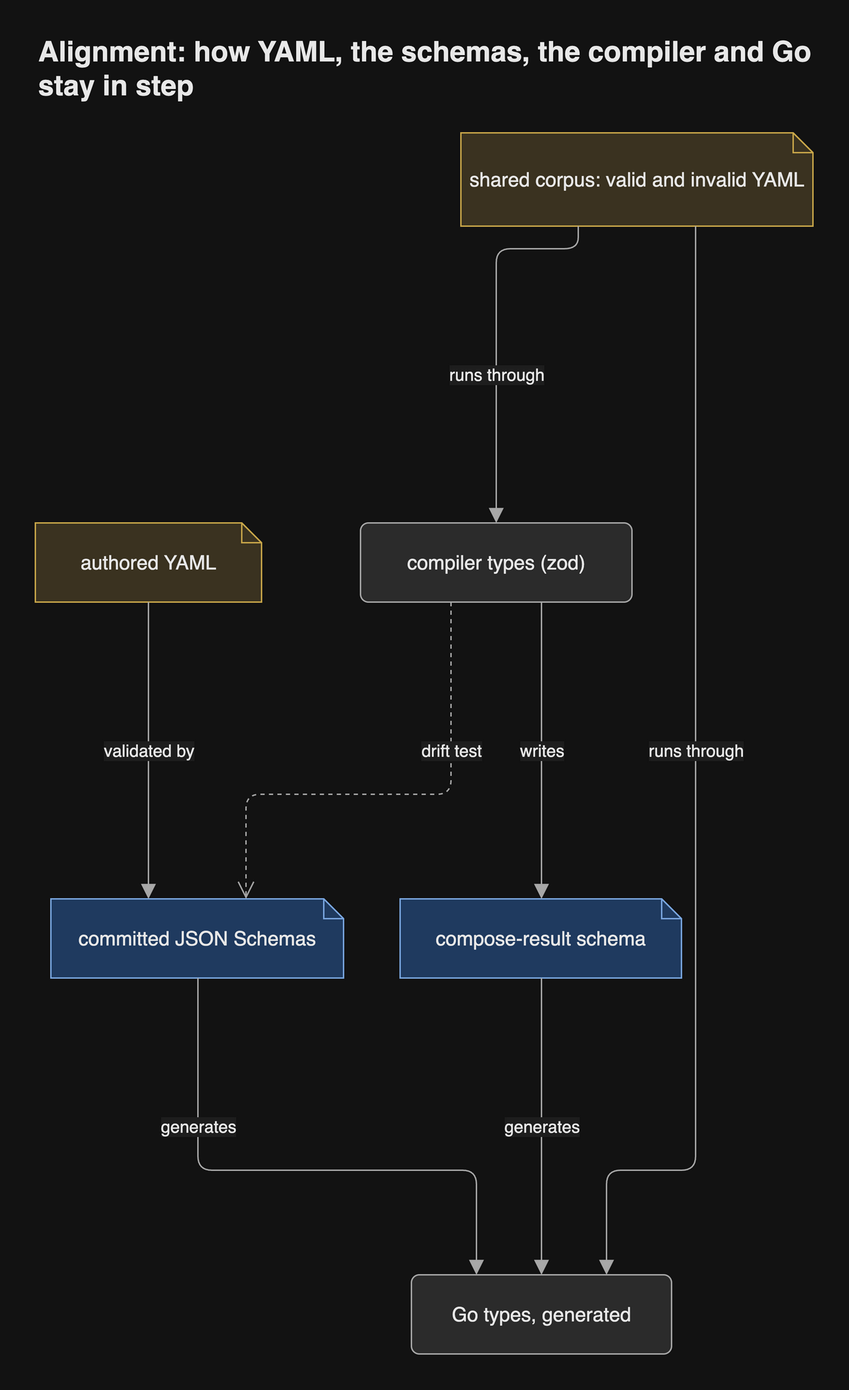
Before: docs/diagrams/png/alignment.png, a diagram exported from draw.io (JorisJonkers-dev/estate-kit). Source tidied: cells renumbered, new cells last; positions are measured from the earlier drawing's top-left corner, leaving out a move shared by most shapes.
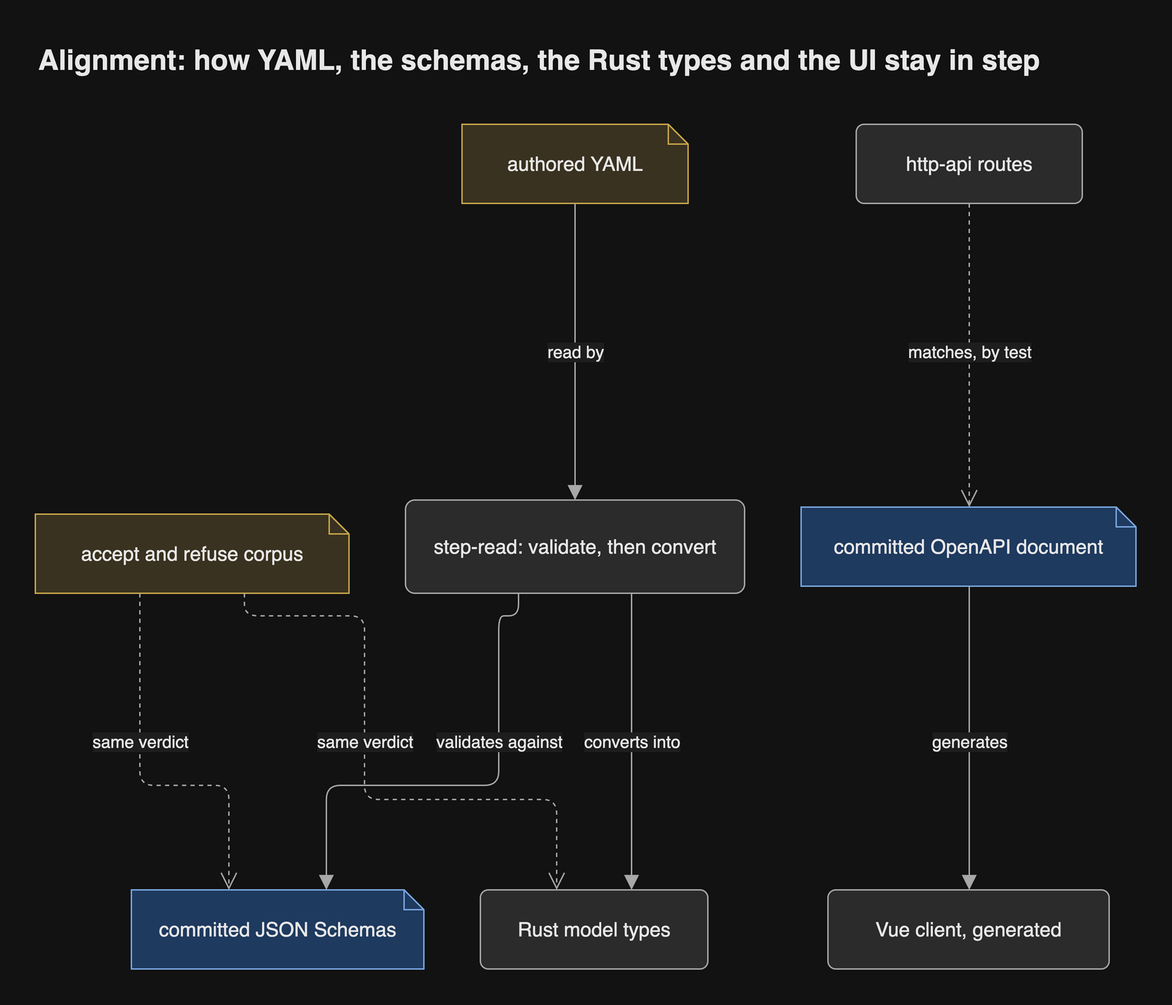
Above is the later version.

What changed in the source:
```diff
@@ -3,83 +3,92 @@
     <mxCell id="0" />
     <mxCell id="1" parent="0" />
     <mxCell id="2" value="authored YAML" style="shape=note;size=14;html=1;whiteSpace=wrap;fontSize=14;fontColor=light-dark(#1a1a1a,#e8e8e8);fillColor=light-dark(#fff2cc,#3a3220);strokeColor=light-dark(#d6b656,#c9a74a);fontFamily=Helvetica;" parent="1" vertex="1">
-      <mxGeometry y="340" width="160" height="56" as="geometry" />
+      <mxGeometry x="302" y="64" width="160" height="56" as="geometry" />
     </mxCell>
     <mxCell id="3" value="committed JSON Schemas" style="shape=note;size=14;html=1;whiteSpace=wrap;fontSize=14;fontColor=light-dark(#1a1a1a,#e8e8e8);fillColor=light-dark(#dae8fc,#1f3a5f);strokeColor=light-dark(#6c8ebf,#7aa7e0);fontFamily=Helvetica;" parent="1" vertex="1">
-      <mxGeometry x="11" y="606" width="207" height="56" as="geometry" />
+      <mxGeometry x="68" y="606" width="207" height="56" as="geometry" />
     </mxCell>
-    <mxCell id="4" value="compiler types (zod)" style="rounded=1;arcSize=10;html=1;whiteSpace=wrap;fontSize=14;fontColor=light-dark(#1a1a1a,#e8e8e8);fillColor=light-dark(#f5f5f5,#2b2b2b);strokeColor=light-dark(#666666,#a8a8a8);fontFamily=Helvetica;" parent="1" vertex="1">
-      <mxGeometry x="230" y="340" width="192" height="56" as="geometry" />
-    </mxCell>
-    <mxCell id="5" value="Go types, generated" style="rounded=1;arcSize=10;html=1;whiteSpace=wrap;fontSize=14;fontColor=light-dark(#1a1a1a,#e8e8e8);fillColor=light-dark(#f5f5f5,#2b2b2b);strokeColor=light-dark(#666666,#a8a8a8);fontFamily=Helvetica;" parent="1" vertex="1">
-      <mxGeometry x="266" y="872" width="184" height="56" as="geometry" />
-    </mxCell>
-    <mxCell id="6" value="shared corpus: valid and invalid YAML" style="shape=note;size=14;html=1;whiteSpace=wrap;fontSize=14;fontColor=light-dark(#1a1a1a,#e8e8e8);fillColor=light-dark(#fff2cc,#3a3220);strokeColor=light-dark(#d6b656,#c9a74a);fontFamily=Helvetica;" parent="1" vertex="1">
-      <mxGeometry x="301" y="64" width="249" height="66" as="geometry" />
+    <mxCell id="6" value="accept and refuse corpus" style="shape=note;size=14;html=1;whiteSpace=wrap;fontSize=14;fontColor=light-dark(#1a1a1a,#e8e8e8);fillColor=light-dark(#fff2cc,#3a3220);strokeColor=light-dark(#d6b656,#c9a74a);fontFamily=Helvetica;" parent="1" vertex="1">
+      <mxGeometry y="340" width="222" height="56" as="geometry" />
     </mxCell>
-    <mxCell id="7" value="compose-result schema" style="shape=note;size=14;html=1;whiteSpace=wrap;fontSize=14;fontColor=light-dark(#1a1a1a,#e8e8e8);fillColor=light-dark(#dae8fc,#1f3a5f);strokeColor=light-dark(#6c8ebf,#7aa7e0);fontFamily=Helvetica;" parent="1" vertex="1">
-      <mxGeometry x="258" y="606" width="199" height="56" as="geometry" />
-    </mxCell>
+    <mxCell id="16" value="step-read: validate, then convert" style="rounded=1;arcSize=10;html=1;whiteSpace=wrap;fontSize=14;fontColor=light-dark(#1a1a1a,#e8e8e8);fillColor=light-dark(#f5f5f5,#2b2b2b);strokeColor=light-dark(#666666,#a8a8a8);fontFamily=Helvetica;" parent="1" vertex="1">
+      <mxGeometry x="262" y="330" width="240" height="66" as="geometry" />
+    </mxCell>
+    <mxCell id="17" value="Rust model types" style="rounded=1;arcSize=10;html=1;whiteSpace=wrap;fontSize=14;fontColor=light-dark(#1a1a1a,#e8e8e8);fillColor=light-dark(#f5f5f5,#2b2b2b);strokeColor=light-dark(#666666,#a8a8a8);fontFamily=Helvetica;" parent="1" vertex="1">
+      <mxGeometry x="315" y="606" width="161" height="56" as="geometry" />
+    </mxCell>
+    <mxCell id="18" value="committed OpenAPI document" style="shape=note;size=14;html=1;whiteSpace=wrap;fontSize=14;fontColor=light-dark(#1a1a1a,#e8e8e8);fillColor=light-dark(#dae8fc,#1f3a5f);strokeColor=light-dark(#6c8ebf,#7aa7e0);fontFamily=Helvetica;" parent="1" vertex="1">
+      <mxGeometry x="542" y="335" width="237" height="56" as="geometry" />
+    </mxCell>
+    <mxCell id="19" value="http-api routes" style="rounded=1;arcSize=10;html=1;whiteSpace=wrap;fontSize=14;fontColor=light-dark(#1a1a1a,#e8e8e8);fillColor=light-dark(#f5f5f5,#2b2b2b);strokeColor=light-dark(#666666,#a8a8a8);fontFamily=Helvetica;" parent="1" vertex="1">
+      <mxGeometry x="581" y="64" width="160" height="56" as="geometry" />
+    </mxCell>
+    <mxCell id="20" value="Vue client, generated" style="rounded=1;arcSize=10;html=1;whiteSpace=wrap;fontSize=14;fontColor=light-dark(#1a1a1a,#e8e8e8);fillColor=light-dark(#f5f5f5,#2b2b2b);strokeColor=light-dark(#666666,#a8a8a8);fontFamily=Helvetica;" parent="1" vertex="1">
+      <mxGeometry x="561" y="606" width="199" height="56" as="geometry" />
+    </mxCell>
-    <mxCell id="8" value="validated by" style="html=1;rounded=1;fontSize=14;fontSize=12;fontColor=light-dark(#1a1a1a,#e8e8e8);strokeColor=light-dark(#666666,#a8a8a8);endArrow=block;endFill=1;endSize=8;curved=0;exitX=0.5;exitY=1;entryX=0.3333;entryY=0;edgeStyle=orthogonalEdgeStyle;fontFamily=Helvetica;labelBackgroundColor=light-dark(#ffffff,#1e1e1e);" parent="1" edge="1" source="2" target="3">
+    <mxCell id="8" value="read by" style="html=1;rounded=1;fontSize=14;fontSize=12;fontColor=light-dark(#1a1a1a,#e8e8e8);strokeColor=light-dark(#666666,#a8a8a8);endArrow=block;endFill=1;endSize=8;curved=0;exitX=0.5;exitY=1;entryX=0.5;entryY=0;edgeStyle=orthogonalEdgeStyle;fontFamily=Helvetica;labelBackgroundColor=light-dark(#ffffff,#1e1e1e);" parent="1" edge="1" source="2" target="16">
       <mxGeometry relative="1" as="geometry">
         <Array as="points">
-          <mxPoint x="80" y="501" />
+          <mxPoint x="382" y="225" />
         </Array>
       </mxGeometry>
     </mxCell>
-    <mxCell id="9" value="drift test" style="html=1;rounded=1;fontSize=14;fontSize=12;fontColor=light-dark(#1a1a1a,#e8e8e8);strokeColor=light-dark(#666666,#a8a8a8);endArrow=open;endSize=10;dashed=1;curved=0;exitX=0.3333;exitY=1;entryX=0.6667;entryY=0;edgeStyle=orthogonalEdgeStyle;fontFamily=Helvetica;labelBackgroundColor=light-dark(#ffffff,#1e1e1e);" parent="1" edge="1" source="4" target="3">
+    <mxCell id="9" value="validates against" style="html=1;rounded=1;fontSize=14;fontSize=12;fontColor=light-dark(#1a1a1a,#e8e8e8);strokeColor=light-dark(#666666,#a8a8a8);endArrow=block;endFill=1;endSize=8;curved=0;exitX=0.3333;exitY=1;entryX=0.6667;entryY=0;edgeStyle=orthogonalEdgeStyle;fontFamily=Helvetica;labelBackgroundColor=light-dark(#ffffff,#1e1e1e);" parent="1" edge="1" source="16" target="3">
       <mxGeometry relative="1" as="geometry">
         <Array as="points">
-          <mxPoint x="294" y="532" />
-          <mxPoint x="149" y="532" />
+          <mxPoint x="342" y="412" />
+          <mxPoint x="328" y="412" />
+          <mxPoint x="328" y="532" />
+          <mxPoint x="206" y="532" />
         </Array>
-        <mxPoint x="41.5" y="-31" as="offset" />
+        <mxPoint x="23" y="-31" as="offset" />
       </mxGeometry>
     </mxCell>
-    <mxCell id="10" value="generates" style="html=1;rounded=1;fontSize=14;fontSize=12;fontColor=light-dark(#1a1a1a,#e8e8e8);strokeColor=light-dark(#666666,#a8a8a8);endArrow=block;endFill=1;endSize=8;curved=0;exitX=0.5024;exitY=1;entryX=0.25;entryY=0;edgeStyle=orthogonalEdgeStyle;fontFamily=Helvetica;labelBackgroundColor=light-dark(#ffffff,#1e1e1e);" parent="1" edge="1" source="3" target="5">
+    <mxCell id="10" value="converts into" style="html=1;rounded=1;fontSize=14;fontSize=12;fontColor=light-dark(#1a1a1a,#e8e8e8);strokeColor=light-dark(#666666,#a8a8a8);endArrow=block;endFill=1;endSize=8;curved=0;exitX=0.6667;exitY=1;entryX=0.6646;entryY=0;edgeStyle=orthogonalEdgeStyle;fontFamily=Helvetica;labelBackgroundColor=light-dark(#ffffff,#1e1e1e);" parent="1" edge="1" source="16" target="17">
       <mxGeometry relative="1" as="geometry">
         <Array as="points">
-          <mxPoint x="115" y="798" />
-          <mxPoint x="312" y="798" />
+          <mxPoint x="422" y="501" />
         </Array>
-        <mxPoint x="-67.5" y="-31" as="offset" />
       </mxGeometry>
     </mxCell>
-    <mxCell id="11" value="runs through" style="html=1;rounded=1;fontSize=14;fontSize=12;fontColor=light-dark(#1a1a1a,#e8e8e8);strokeColor=light-dark(#666666,#a8a8a8);endArrow=block;endFill=1;endSize=8;curved=0;exitX=0.3333;exitY=1;entryX=0.5;entryY=0;edgeStyle=orthogonalEdgeStyle;fontFamily=Helvetica;labelBackgroundColor=light-dark(#ffffff,#1e1e1e);" parent="1" edge="1" source="6" target="4">
+    <mxCell id="11" value="same verdict" style="html=1;rounded=1;fontSize=14;fontSize=12;fontColor=light-dark(#1a1a1a,#e8e8e8);strokeColor=light-dark(#666666,#a8a8a8);endArrow=open;endSize=10;dashed=1;curved=0;exitX=0.3333;exitY=1;entryX=0.3333;entryY=0;edgeStyle=orthogonalEdgeStyle;fontFamily=Helvetica;labelBackgroundColor=light-dark(#ffffff,#1e1e1e);" parent="1" edge="1" source="6" target="3">
       <mxGeometry relative="1" as="geometry">
         <Array as="points">
-          <mxPoint x="384" y="146" />
-          <mxPoint x="326" y="146" />
+          <mxPoint x="74" y="532" />
+          <mxPoint x="137" y="532" />
         </Array>
-        <mxPoint y="29" as="offset" />
+        <mxPoint x="-0.5" y="-31" as="offset" />
       </mxGeometry>
     </mxCell>
-    <mxCell id="12" value="runs through" style="html=1;rounded=1;fontSize=14;fontSize=12;fontColor=light-dark(#1a1a1a,#e8e8e8);strokeColor=light-dark(#666666,#a8a8a8);endArrow=block;endFill=1;endSize=8;curved=0;exitX=0.6667;exitY=1;entryX=0.75;entryY=0;edgeStyle=orthogonalEdgeStyle;fontFamily=Helvetica;labelBackgroundColor=light-dark(#ffffff,#1e1e1e);" parent="1" edge="1" source="6" target="5">
+    <mxCell id="12" value="same verdict" style="html=1;rounded=1;fontSize=14;fontSize=12;fontColor=light-dark(#1a1a1a,#e8e8e8);strokeColor=light-dark(#666666,#a8a8a8);endArrow=open;endSize=10;dashed=1;curved=0;exitX=0.6667;exitY=1;entryX=0.3354;entryY=0;edgeStyle=orthogonalEdgeStyle;fontFamily=Helvetica;labelBackgroundColor=light-dark(#ffffff,#1e1e1e);" parent="1" edge="1" source="6" target="17">
       <mxGeometry relative="1" as="geometry">
         <Array as="points">
-          <mxPoint x="467" y="235" />
-          <mxPoint x="467" y="798" />
-          <mxPoint x="404" y="798" />
+          <mxPoint x="148" y="412" />
+          <mxPoint x="233" y="412" />
+          <mxPoint x="233" y="542" />
+          <mxPoint x="369" y="542" />
         </Array>
-        <mxPoint y="-31.5" as="offset" />
+        <mxPoint y="-25.5" as="offset" />
       </mxGeometry>
     </mxCell>
-    <mxCell id="13" value="writes" style="html=1;rounded=1;fontSize=14;fontSize=12;fontColor=light-dark(#1a1a1a,#e8e8e8);strokeColor=light-dark(#666666,#a8a8a8);endArrow=block;endFill=1;endSize=8;curved=0;exitX=0.6667;exitY=1;entryX=0.5025;entryY=0;edgeStyle=orthogonalEdgeStyle;fontFamily=Helvetica;labelBackgroundColor=light-dark(#ffffff,#1e1e1e);" parent="1" edge="1" source="4" target="7">
+    <mxCell id="13" value="matches, by test" style="html=1;rounded=1;fontSize=14;fontSize=12;fontColor=light-dark(#1a1a1a,#e8e8e8);strokeColor=light-dark(#666666,#a8a8a8);endArrow=open;endSize=10;dashed=1;curved=0;exitX=0.5;exitY=1;entryX=0.5021;entryY=0;edgeStyle=orthogonalEdgeStyle;fontFamily=Helvetica;labelBackgroundColor=light-dark(#ffffff,#1e1e1e);" parent="1" edge="1" source="19" target="18">
       <mxGeometry relative="1" as="geometry">
         <Array as="points">
-          <mxPoint x="358" y="501" />
+          <mxPoint x="661" y="227.5" />
         </Array>
+        <mxPoint y="-2.5" as="offset" />
       </mxGeometry>
     </mxCell>
-    <mxCell id="14" value="generates" style="html=1;rounded=1;fontSize=14;fontSize=12;fontColor=light-dark(#1a1a1a,#e8e8e8);strokeColor=light-dark(#666666,#a8a8a8);endArrow=block;endFill=1;endSize=8;curved=0;exitX=0.5025;exitY=1;entryX=0.5;entryY=0;edgeStyle=orthogonalEdgeStyle;fontFamily=Helvetica;labelBackgroundColor=light-dark(#ffffff,#1e1e1e);" parent="1" edge="1" source="7" target="5">
+    <mxCell id="14" value="generates" style="html=1;rounded=1;fontSize=14;fontSize=12;fontColor=light-dark(#1a1a1a,#e8e8e8);strokeColor=light-dark(#666666,#a8a8a8);endArrow=block;endFill=1;endSize=8;curved=0;exitX=0.5021;exitY=1;entryX=0.5025;entryY=0;edgeStyle=orthogonalEdgeStyle;fontFamily=Helvetica;labelBackgroundColor=light-dark(#ffffff,#1e1e1e);" parent="1" edge="1" source="18" target="20">
       <mxGeometry relative="1" as="geometry">
         <Array as="points">
-          <mxPoint x="358" y="767" />
+          <mxPoint x="661" y="498.5" />
         </Array>
+        <mxPoint y="2.5" as="offset" />
       </mxGeometry>
     </mxCell>
-    <mxCell id="15" value="Alignment: how YAML, the schemas, the compiler and Go stay in step" style="text;html=1;whiteSpace=wrap;align=left;verticalAlign=middle;fontSize=20;fontStyle=1;fontColor=light-dark(#1a1a1a,#e8e8e8);fontFamily=Helvetica;" parent="1" vertex="1">
-      <mxGeometry width="550" height="36" as="geometry" />
+    <mxCell id="15" value="Alignment: how YAML, the schemas, the Rust types and the UI stay in step" style="text;html=1;whiteSpace=wrap;align=left;verticalAlign=middle;fontSize=20;fontStyle=1;fontColor=light-dark(#1a1a1a,#e8e8e8);fontFamily=Helvetica;" parent="1" vertex="1">
+      <mxGeometry width="779" height="36" as="geometry" />
     </mxCell>
   </root>
 </mxGraphModel>
```
